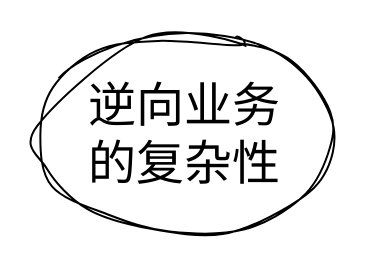
Earlier version of the draw.io diagram ai排障.drawio (skindhu/9GAG). Source tidied: cells renumbered, new cells numbered last; positions are measured from the earlier drawing's top-left corner, leaving out a move shared by most shapes. Both pictures are drawn from the tidied source at 200%, with x=0, y=0 at pixel (34, 34).
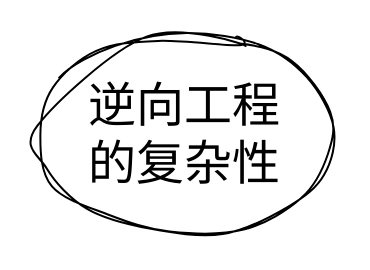
Above is the later version.

The edit, as a diff of the source:
```diff
@@
 <mxGraphModel>
   <root>
     <mxCell id="0" />
     <mxCell id="1" parent="0" />
-    <mxCell id="2" value="&lt;font style=&quot;font-size: 24px;&quot;&gt;逆向业务&lt;br&gt;的复杂性&lt;/font&gt;" style="ellipse;whiteSpace=wrap;html=1;sketch=1;curveFitting=1;jiggle=2;" parent="1" vertex="1">
+    <mxCell id="2" value="&lt;font style=&quot;font-size: 24px;&quot;&gt;逆向工程&lt;br&gt;的复杂性&lt;/font&gt;" style="ellipse;whiteSpace=wrap;html=1;sketch=1;curveFitting=1;jiggle=2;" parent="1" vertex="1">
       <mxGeometry width="150" height="100" as="geometry" />
     </mxCell>
   </root>
 </mxGraphModel>
```
